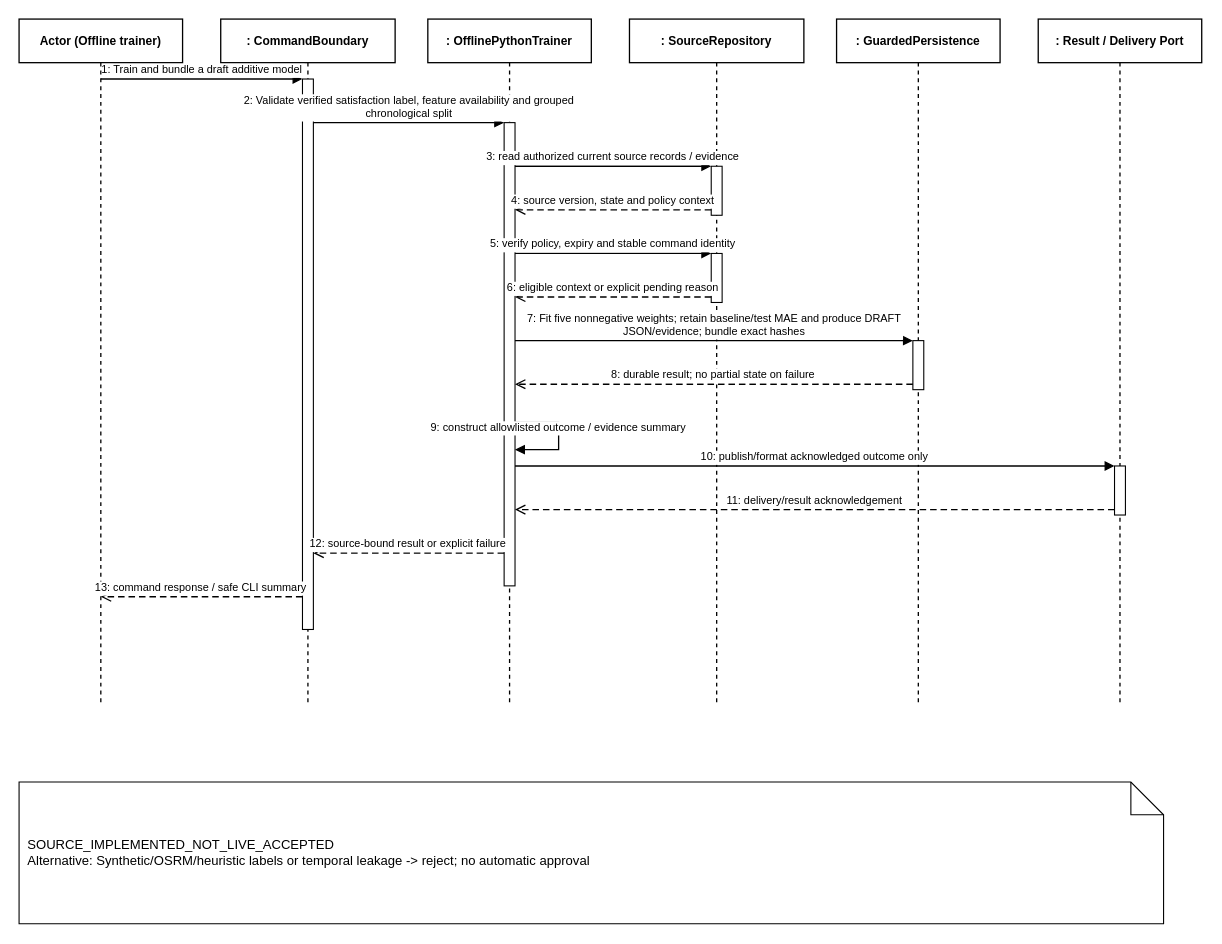
ngocthanhhx7/SEP490_G101_FALL2026 keeps this draw.io diagram as doc/reports/report4/sequence/ai-03.drawio. Above is the earlier version. Source tidied: cells renumbered, new cells numbered last; positions are measured from the earlier drawing's top-left corner, leaving out a move shared by most shapes. Both pictures are drawn from the tidied source at 109%, with x=0, y=0 at pixel (19, 19).
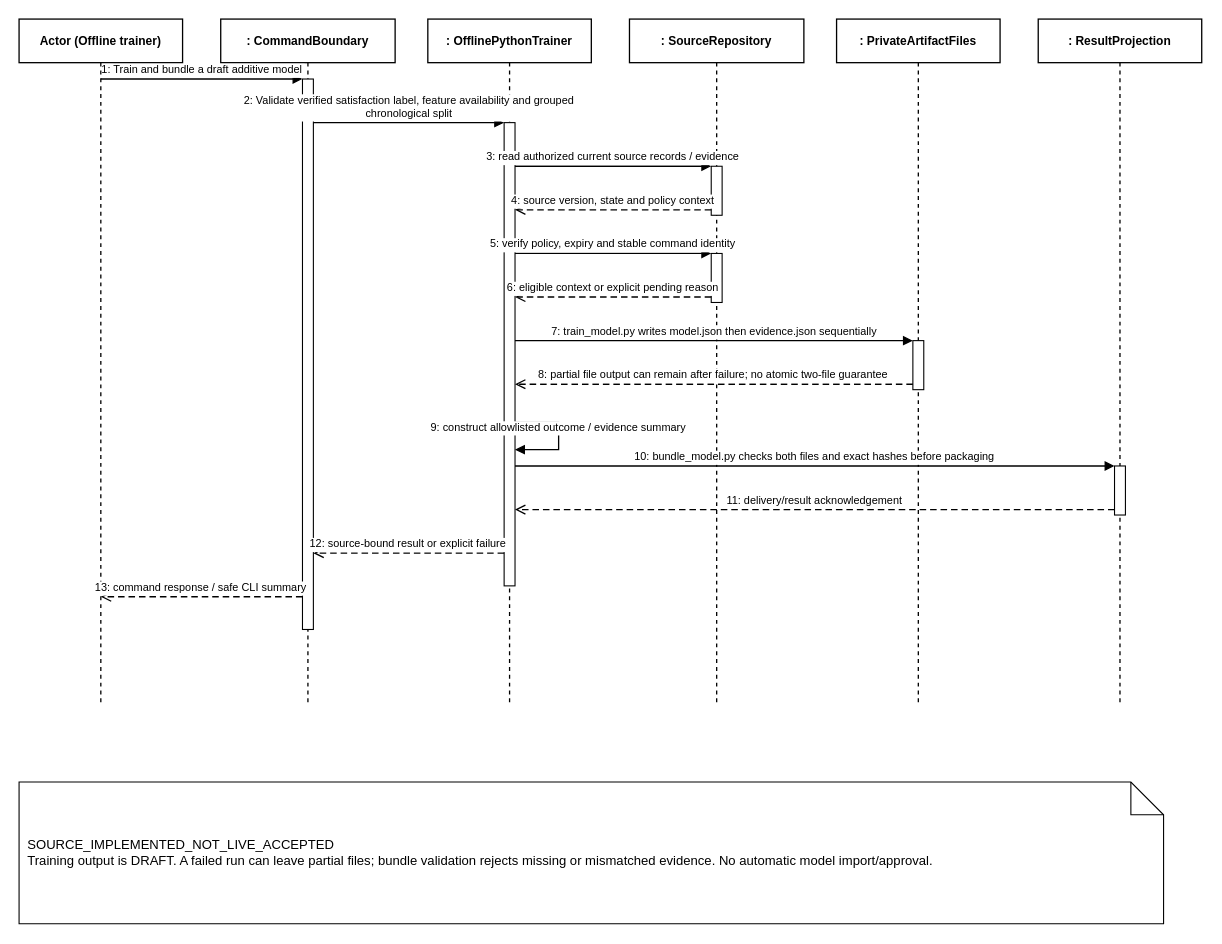
The same page after the edit.

Change to the diagram source:
```diff
@@
-    <mxCell id="6" value=": GuardedPersistence" style="shape=umlLifeline;perimeter=lifelinePerimeter;whiteSpace=wrap;html=0;size=40;fillColor=#FFFFFF;strokeColor=#000000;strokeWidth=1.2;fontStyle=1;fontSize=11;align=center;" parent="1" vertex="1">
+    <mxCell id="6" value=": PrivateArtifactFiles" style="shape=umlLifeline;perimeter=lifelinePerimeter;whiteSpace=wrap;html=0;size=40;fillColor=#FFFFFF;strokeColor=#000000;strokeWidth=1.2;fontStyle=1;fontSize=11;align=center;" parent="1" vertex="1">
       <mxGeometry x="750" width="150" height="630" as="geometry" />
     </mxCell>
-    <mxCell id="7" value=": Result / Delivery Port" style="shape=umlLifeline;perimeter=lifelinePerimeter;whiteSpace=wrap;html=0;size=40;fillColor=#FFFFFF;strokeColor=#000000;strokeWidth=1.2;fontStyle=1;fontSize=11;align=center;" parent="1" vertex="1">
+    <mxCell id="7" value=": ResultProjection" style="shape=umlLifeline;perimeter=lifelinePerimeter;whiteSpace=wrap;html=0;size=40;fillColor=#FFFFFF;strokeColor=#000000;strokeWidth=1.2;fontStyle=1;fontSize=11;align=center;" parent="1" vertex="1">
       <mxGeometry x="935" width="150" height="630" as="geometry" />
     </mxCell>
@@
-    <mxCell id="20" value="7: Fit five nonnegative weights; retain baseline/test MAE and produce DRAFT&#10;JSON/evidence; bundle exact hashes" style="html=0;verticalAlign=bottom;endArrow=block;endFill=1;strokeColor=#000000;strokeWidth=1.2;fontSize=10;fontColor=#000000;edgeStyle=orthogonalEdgeStyle;rounded=0;" parent="1" edge="1">
+    <mxCell id="20" value="7: train_model.py writes model.json then evidence.json sequentially" style="html=0;verticalAlign=bottom;endArrow=block;endFill=1;strokeColor=#000000;strokeWidth=1.2;fontSize=10;fontColor=#000000;edgeStyle=orthogonalEdgeStyle;rounded=0;" parent="1" edge="1">
       <mxGeometry relative="1" as="geometry">
         <mxPoint x="455" y="295" as="sourcePoint" />
         <mxPoint x="820" y="295" as="targetPoint" />
       </mxGeometry>
     </mxCell>
-    <mxCell id="21" value="8: durable result; no partial state on failure" style="html=0;verticalAlign=bottom;endArrow=open;endSize=7;dashed=1;dashPattern=5 3;strokeColor=#000000;strokeWidth=1.2;fontSize=10;fontColor=#000000;edgeStyle=orthogonalEdgeStyle;rounded=0;" parent="1" edge="1">
+    <mxCell id="21" value="8: partial file output can remain after failure; no atomic two-file guarantee" style="html=0;verticalAlign=bottom;endArrow=open;endSize=7;dashed=1;dashPattern=5 3;strokeColor=#000000;strokeWidth=1.2;fontSize=10;fontColor=#000000;edgeStyle=orthogonalEdgeStyle;rounded=0;" parent="1" edge="1">
       <mxGeometry relative="1" as="geometry">
         <mxPoint x="820" y="335" as="sourcePoint" />
         <mxPoint x="455" y="335" as="targetPoint" />
       </mxGeometry>
     </mxCell>
@@
-    <mxCell id="23" value="10: publish/format acknowledged outcome only" style="html=0;verticalAlign=bottom;endArrow=block;endFill=1;strokeColor=#000000;strokeWidth=1.2;fontSize=10;fontColor=#000000;edgeStyle=orthogonalEdgeStyle;rounded=0;" parent="1" edge="1">
+    <mxCell id="23" value="10: bundle_model.py checks both files and exact hashes before packaging" style="html=0;verticalAlign=bottom;endArrow=block;endFill=1;strokeColor=#000000;strokeWidth=1.2;fontSize=10;fontColor=#000000;edgeStyle=orthogonalEdgeStyle;rounded=0;" parent="1" edge="1">
       <mxGeometry relative="1" as="geometry">
         <mxPoint x="455" y="410" as="sourcePoint" />
         <mxPoint x="1005" y="410" as="targetPoint" />
       </mxGeometry>
     </mxCell>
@@
-    <mxCell id="27" value="SOURCE_IMPLEMENTED_NOT_LIVE_ACCEPTED&#10;Alternative: Synthetic/OSRM/heuristic labels or temporal leakage -&gt; reject; no automatic approval" style="shape=note;whiteSpace=wrap;html=0;fontSize=12;align=left;spacing=8;" parent="1" vertex="1">
+    <mxCell id="27" value="SOURCE_IMPLEMENTED_NOT_LIVE_ACCEPTED&#10;Training output is DRAFT. A failed run can leave partial files; bundle validation rejects missing or mismatched evidence. No automatic model import/approval." style="shape=note;whiteSpace=wrap;html=0;fontSize=12;align=left;spacing=8;" parent="1" vertex="1">
       <mxGeometry y="700" width="1050" height="130" as="geometry" />
     </mxCell>
```
